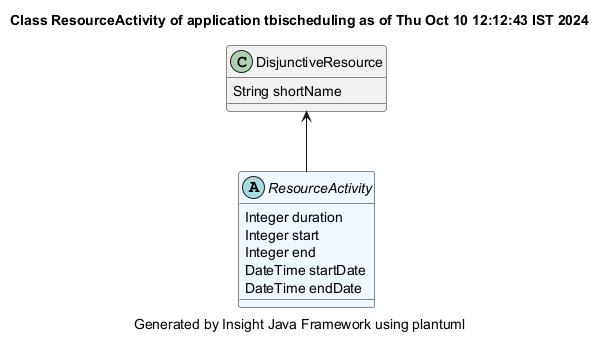
The PlantUML diagram demonstrator/tbischeduling/site/plantuml/ResourceActivity.png in hsimonis/schedulingtraining, before a commit. The source it was exported from:
```plantuml
@startuml
title Class ResourceActivity of application tbischeduling as of Thu Oct 10 12:12:43 IST 2024
caption Generated by Insight Java Framework using plantuml
abstract ResourceActivity #aliceblue
ResourceActivity : Integer duration
ResourceActivity : Integer start
ResourceActivity : Integer end
ResourceActivity : DateTime startDate
ResourceActivity : DateTime endDate

DisjunctiveResource  <-- ResourceActivity
class DisjunctiveResource
DisjunctiveResource : String shortName

@enduml
```
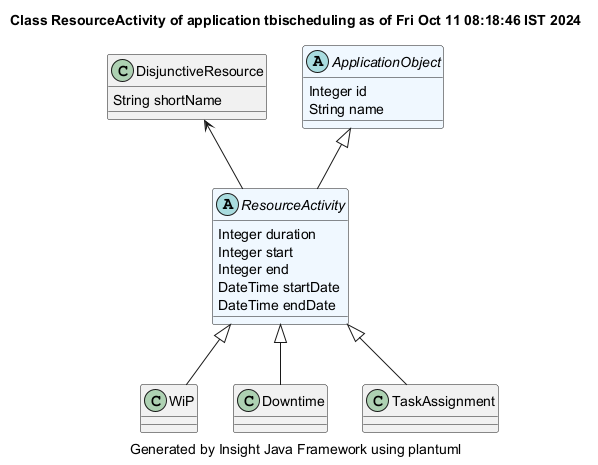
The same file after the commit.

The edit, as a diff of the source:
```diff
@@ -1,5 +1,5 @@
 @startuml
-title Class ResourceActivity of application tbischeduling as of Thu Oct 10 12:12:43 IST 2024
+title Class ResourceActivity of application tbischeduling as of Fri Oct 11 08:18:46 IST 2024
 caption Generated by Insight Java Framework using plantuml
 abstract ResourceActivity #aliceblue
 ResourceActivity : Integer duration
@@ -12,4 +12,18 @@
 class DisjunctiveResource
 DisjunctiveResource : String shortName
 
+abstract ApplicationObject #aliceblue
+ApplicationObject : Integer id
+ApplicationObject : String name
+
+ApplicationObject <|-- ResourceActivity
+class WiP
+
+ResourceActivity <|-- WiP
+class Downtime
+
+ResourceActivity <|-- Downtime
+class TaskAssignment
+
+ResourceActivity <|-- TaskAssignment
 @enduml
```
